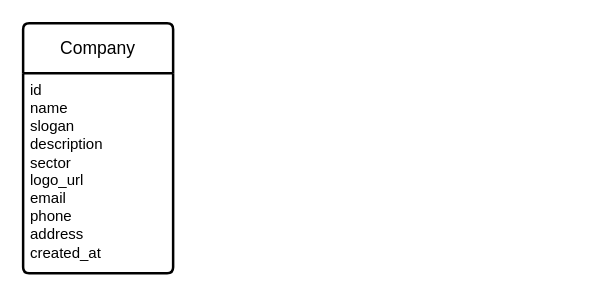
This is docs/database/conception/mcd/mcd.drawio from Ghislain-KIMA/site-web-beobenere, a draw.io file, before an edit. Source tidied: cells renumbered, new cells numbered last; positions are measured from the earlier drawing's top-left corner, leaving out a move shared by most shapes. Both pictures are drawn from the tidied source at 125%, with x=0, y=0 at pixel (22, 22).
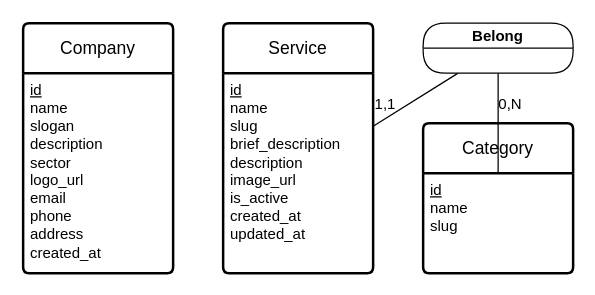
After the change.

What changed in the source:
```diff
@@
 <mxGraphModel>
   <root>
     <mxCell id="0" />
     <mxCell id="1" parent="0" />
     <mxCell id="2" value="Company" style="swimlane;horizontal=1;startSize=40;rounded=1;fontSize=14;fontStyle=0;strokeWidth=2;shadow=0;dashed=0;align=center;arcSize=4;whiteSpace=wrap;html=1;swimlaneFillColor=default;" parent="1" vertex="1">
       <mxGeometry width="120" height="200" as="geometry" />
     </mxCell>
-    <mxCell id="3" value="&lt;div&gt;id&lt;/div&gt;name&lt;div&gt;slogan&lt;/div&gt;&lt;div&gt;description&lt;/div&gt;&lt;div&gt;sector&lt;/div&gt;&lt;div&gt;logo_url&lt;/div&gt;&lt;div&gt;email&lt;/div&gt;&lt;div&gt;phone&lt;/div&gt;&lt;div&gt;address&lt;/div&gt;&lt;div&gt;created_at&lt;/div&gt;" style="align=left;strokeColor=none;fillColor=none;spacingLeft=4;spacingRight=4;fontSize=12;verticalAlign=top;html=1;whiteSpace=wrap;swimlaneFillColor=default;" parent="2" vertex="1">
+    <mxCell id="3" value="&lt;div&gt;&lt;u&gt;id&lt;/u&gt;&lt;/div&gt;name&lt;div&gt;slogan&lt;/div&gt;&lt;div&gt;description&lt;/div&gt;&lt;div&gt;sector&lt;/div&gt;&lt;div&gt;logo_url&lt;/div&gt;&lt;div&gt;email&lt;/div&gt;&lt;div&gt;phone&lt;/div&gt;&lt;div&gt;address&lt;/div&gt;&lt;div&gt;created_at&lt;/div&gt;" style="align=left;strokeColor=none;fillColor=none;spacingLeft=4;spacingRight=4;fontSize=12;verticalAlign=top;html=1;whiteSpace=wrap;swimlaneFillColor=default;" parent="2" vertex="1">
       <mxGeometry y="40" width="120" height="160" as="geometry" />
     </mxCell>
+    <mxCell id="4" value="Service" style="swimlane;horizontal=1;startSize=40;rounded=1;fontSize=14;fontStyle=0;strokeWidth=2;shadow=0;dashed=0;align=center;arcSize=4;whiteSpace=wrap;html=1;swimlaneFillColor=default;" parent="1" vertex="1">
+      <mxGeometry x="160" width="120" height="200" as="geometry" />
+    </mxCell>
+    <mxCell id="5" value="&lt;div&gt;&lt;u&gt;id&lt;/u&gt;&lt;/div&gt;&lt;div&gt;name&lt;/div&gt;&lt;div&gt;slug&lt;/div&gt;&lt;div&gt;brief_description&lt;/div&gt;&lt;div&gt;&lt;span style=&quot;background-color: transparent; color: light-dark(rgb(0, 0, 0), rgb(255, 255, 255));&quot;&gt;description&lt;/span&gt;&lt;/div&gt;&lt;div&gt;image_url&lt;/div&gt;&lt;div&gt;is_active&lt;/div&gt;&lt;div&gt;created_at&lt;/div&gt;&lt;div&gt;updated_at&lt;/div&gt;" style="align=left;strokeColor=none;fillColor=none;spacingLeft=4;spacingRight=4;fontSize=12;verticalAlign=top;html=1;whiteSpace=wrap;swimlaneFillColor=default;" parent="4" vertex="1">
+      <mxGeometry y="40" width="120" height="160" as="geometry" />
+    </mxCell>
+    <mxCell id="6" value="Category" style="swimlane;horizontal=1;startSize=40;rounded=1;fontSize=14;fontStyle=0;strokeWidth=2;shadow=0;dashed=0;align=center;arcSize=4;whiteSpace=wrap;html=1;swimlaneFillColor=default;" parent="1" vertex="1">
+      <mxGeometry x="320" y="80" width="120" height="120" as="geometry" />
+    </mxCell>
+    <mxCell id="7" value="&lt;div&gt;&lt;u&gt;id&lt;/u&gt;&lt;/div&gt;&lt;div&gt;name&lt;/div&gt;&lt;div&gt;slug&lt;/div&gt;" style="align=left;strokeColor=none;fillColor=none;spacingLeft=4;spacingRight=4;fontSize=12;verticalAlign=top;html=1;whiteSpace=wrap;swimlaneFillColor=default;" parent="6" vertex="1">
+      <mxGeometry y="40" width="120" height="80" as="geometry" />
+    </mxCell>
+    <mxCell id="8" style="rounded=0;jettySize=auto;html=1;endArrow=none;endFill=0;" parent="1" edge="1" source="10" target="7">
+      <mxGeometry relative="1" as="geometry" />
+    </mxCell>
+    <mxCell id="9" style="rounded=0;jettySize=auto;html=1;endArrow=none;endFill=0;" parent="1" edge="1" source="10" target="5">
+      <mxGeometry relative="1" as="geometry" />
+    </mxCell>
+    <mxCell id="10" value="Belong" style="swimlane;fontStyle=1;align=center;verticalAlign=middle;horizontal=1;startSize=20;fontColor=#000000;rounded=1;arcSize=30;strokeColor=default;fillColor=default;swimlaneFillColor=default;" parent="1" vertex="1">
+      <mxGeometry x="320" width="120" height="40" as="geometry" />
+    </mxCell>
+    <mxCell id="11" value="1,1" style="text;html=1;whiteSpace=wrap;strokeColor=none;fillColor=none;align=center;verticalAlign=middle;rounded=0;" parent="1" vertex="1">
+      <mxGeometry x="280" y="60" width="20" height="10" as="geometry" />
+    </mxCell>
+    <mxCell id="12" value="0,N" style="text;html=1;whiteSpace=wrap;strokeColor=none;fillColor=none;align=center;verticalAlign=middle;rounded=0;" parent="1" vertex="1">
+      <mxGeometry x="380" y="60" width="20" height="10" as="geometry" />
+    </mxCell>
   </root>
 </mxGraphModel>
```
